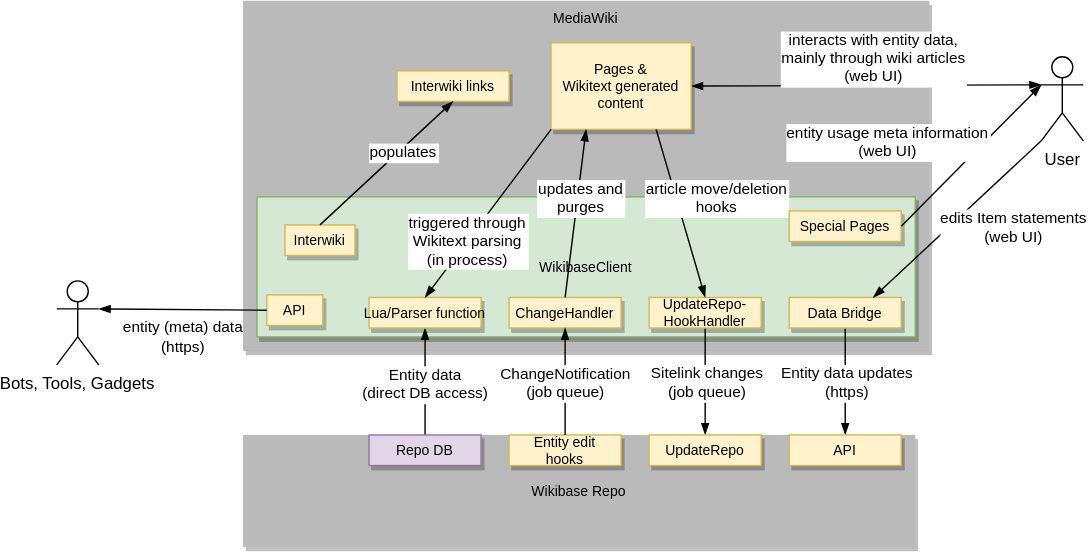
Earlier version of the draw.io export systems/WikibaseClient/diagrams/03-technical-context.drawio.svg (wmde/wikidata-wikibase-architecture). Source tidied: cells renumbered, new cells last; positions are measured from the earlier drawing's top-left corner, leaving out a move shared by most shapes.
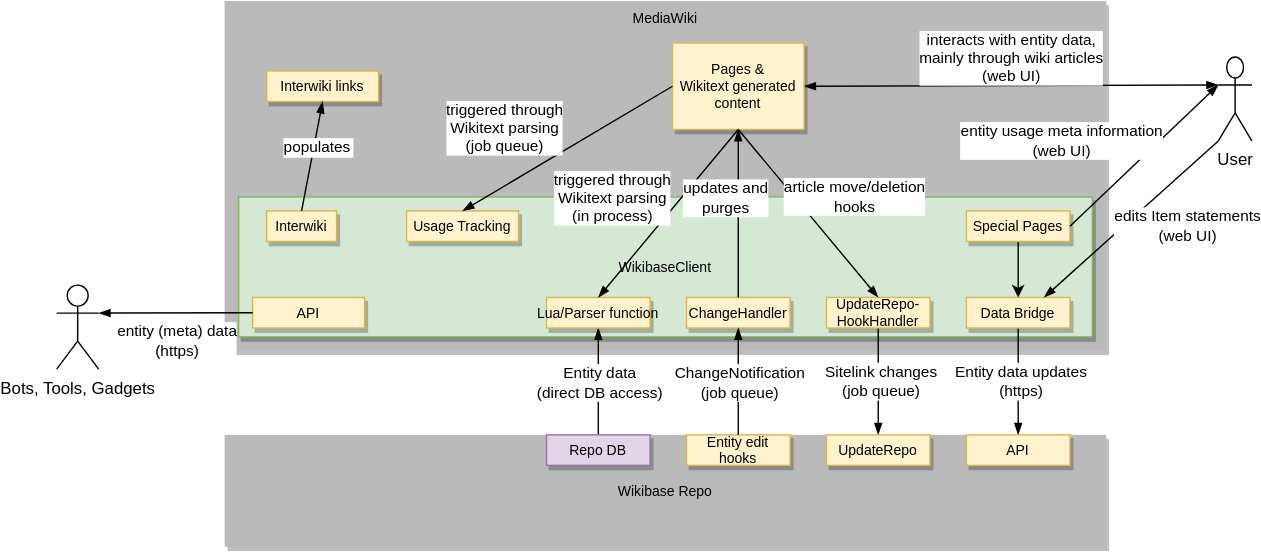
Later version of the same file.

Commit message:
Turn Usage Tracking into a top level building block

Change to the diagram source:
```diff
@@ -3,34 +3,34 @@
     <mxCell id="0" />
     <mxCell id="1" parent="0" />
     <mxCell id="2" value="MediaWiki" style="rounded=0;shadow=1;fontSize=10;fontColor=#000000;strokeColor=none;direction=west;fillColor=#BABABA;verticalAlign=top;" parent="1" vertex="1">
-      <mxGeometry x="133" width="490" height="250" as="geometry" />
+      <mxGeometry x="-7" width="630" height="250" as="geometry" />
     </mxCell>
     <mxCell id="3" value="Wikibase Repo" style="rounded=0;shadow=1;fontSize=10;fontColor=#000000;strokeColor=none;direction=west;fillColor=#BABABA;" parent="1" vertex="1">
-      <mxGeometry x="133" y="310" width="480" height="80" as="geometry" />
+      <mxGeometry x="-7" y="310" width="630" height="80" as="geometry" />
     </mxCell>
     <mxCell id="4" style="endArrow=blockThin;strokeColor=#000000;fontSize=10;fontColor=#000000;strokeWidth=1;endFill=1;entryX=0;entryY=0.5;entryDx=0;entryDy=0;exitX=0;exitY=0.3333333333333333;exitDx=0;exitDy=0;exitPerimeter=0;startArrow=blockThin;startFill=1;" parent="1" edge="1" source="30" target="23">
       <mxGeometry relative="1" as="geometry" />
     </mxCell>
-    <mxCell id="5" value="interacts with entity data,&#10;mainly through wiki articles&#10;(web UI)" style="edgeLabel;align=center;verticalAlign=middle;" parent="4" vertex="1">
+    <mxCell id="5" value="interacts with&amp;nbsp;entity data,&lt;br&gt;mainly through wiki articles&lt;br&gt;(web UI)" style="edgeLabel;html=1;align=center;verticalAlign=middle;" parent="4" vertex="1">
       <mxGeometry x="0.24" y="-1" relative="1" as="geometry">
         <mxPoint x="35" y="-19.6" as="offset" />
       </mxGeometry>
     </mxCell>
     <mxCell id="6" value="WikibaseClient" style="rounded=0;shadow=1;fontSize=10;strokeColor=#82b366;direction=west;fillColor=#d5e8d4;" parent="1" vertex="1">
-      <mxGeometry x="143" y="140" width="470" height="100" as="geometry" />
+      <mxGeometry x="3" y="140" width="610" height="100" as="geometry" />
     </mxCell>
-    <mxCell id="7" style="rounded=0;jettySize=auto;endArrow=blockThin;endFill=1;exitX=0.5;exitY=0;exitDx=0;exitDy=0;" parent="1" edge="1" source="17" target="18">
+    <mxCell id="7" style="rounded=0;jettySize=auto;html=1;endArrow=blockThin;endFill=1;exitX=0.5;exitY=0;exitDx=0;exitDy=0;" parent="1" edge="1" source="17" target="18">
       <mxGeometry relative="1" as="geometry" />
     </mxCell>
-    <mxCell id="8" value="Sitelink changes&#10;(job queue)" style="edgeLabel;align=center;verticalAlign=middle;" parent="7" vertex="1">
+    <mxCell id="8" value="Sitelink changes&lt;br&gt;(job queue)" style="edgeLabel;html=1;align=center;verticalAlign=middle;" parent="7" vertex="1">
       <mxGeometry x="0.2" relative="1" as="geometry">
         <mxPoint x="1.2" y="-8" as="offset" />
       </mxGeometry>
     </mxCell>
-    <mxCell id="9" style="rounded=0;jettySize=auto;entryX=0.5;entryY=0.542;entryDx=0;entryDy=0;endArrow=none;endFill=0;startArrow=blockThin;startFill=1;strokeWidth=1;entryPerimeter=0;exitX=0.5;exitY=0;exitDx=0;exitDy=0;" parent="1" edge="1" source="15" target="16">
+    <mxCell id="9" style="rounded=0;jettySize=auto;html=1;entryX=0.5;entryY=0.542;entryDx=0;entryDy=0;endArrow=none;endFill=0;startArrow=blockThin;startFill=1;strokeWidth=1;entryPerimeter=0;exitX=0.5;exitY=0;exitDx=0;exitDy=0;" parent="1" edge="1" source="15" target="16">
       <mxGeometry relative="1" as="geometry" />
     </mxCell>
-    <mxCell id="10" value="Entity data&#10;(direct DB access)" style="edgeLabel;align=center;verticalAlign=middle;" parent="9" vertex="1">
+    <mxCell id="10" value="Entity data&lt;br&gt;(direct DB access)" style="edgeLabel;html=1;align=center;verticalAlign=middle;" parent="9" vertex="1">
       <mxGeometry x="0.14" y="-1" relative="1" as="geometry">
         <mxPoint x="1" y="-9.8" as="offset" />
       </mxGeometry>
@@ -38,97 +38,100 @@
     <mxCell id="11" style="rounded=0;jettySize=auto;html=1;endArrow=blockThin;endFill=1;entryX=0.5;entryY=1;entryDx=0;entryDy=0;exitX=0.5;exitY=0;exitDx=0;exitDy=0;" parent="1" edge="1" source="13" target="14">
       <mxGeometry relative="1" as="geometry" />
     </mxCell>
-    <mxCell id="12" value="Entity data updates&#10;(https)" style="edgeLabel;align=center;verticalAlign=middle;" parent="11" vertex="1">
+    <mxCell id="12" value="Entity data updates&lt;br&gt;(https)" style="edgeLabel;html=1;align=center;verticalAlign=middle;" parent="11" vertex="1">
       <mxGeometry x="0.2" relative="1" as="geometry">
         <mxPoint x="1.2" y="-8" as="offset" />
       </mxGeometry>
     </mxCell>
     <mxCell id="13" value="Data Bridge" style="rounded=0;shadow=1;fontSize=10;strokeColor=#d6b656;direction=west;fillColor=#fff2cc;" parent="1" vertex="1">
-      <mxGeometry x="523" y="211.8" width="80" height="21.8" as="geometry" />
+      <mxGeometry x="523" y="211.8" width="74" height="21.8" as="geometry" />
     </mxCell>
     <mxCell id="14" value="API" style="rounded=0;shadow=1;fontSize=10;strokeColor=#d6b656;direction=west;fillColor=#fff2cc;" parent="1" vertex="1">
-      <mxGeometry x="523" y="310" width="80" height="21.8" as="geometry" />
+      <mxGeometry x="523" y="310" width="74" height="21.8" as="geometry" />
     </mxCell>
     <mxCell id="15" value="Lua/Parser function" style="rounded=0;shadow=1;fontSize=10;strokeColor=#d6b656;direction=west;fillColor=#fff2cc;" parent="1" vertex="1">
-      <mxGeometry x="223" y="211.8" width="80" height="21.8" as="geometry" />
+      <mxGeometry x="223" y="211.8" width="74" height="21.8" as="geometry" />
     </mxCell>
     <mxCell id="16" value="Repo DB" style="rounded=0;shadow=1;fontSize=10;strokeColor=#9673a6;direction=west;fillColor=#e1d5e7;" parent="1" vertex="1">
-      <mxGeometry x="223" y="310" width="80" height="21.8" as="geometry" />
+      <mxGeometry x="223" y="310" width="74" height="21.8" as="geometry" />
     </mxCell>
     <mxCell id="17" value="UpdateRepo-&#10;HookHandler" style="rounded=0;shadow=1;fontSize=10;strokeColor=#d6b656;direction=west;fillColor=#fff2cc;" parent="1" vertex="1">
-      <mxGeometry x="423" y="211.8" width="80" height="21.8" as="geometry" />
+      <mxGeometry x="423" y="211.8" width="74" height="21.8" as="geometry" />
     </mxCell>
     <mxCell id="18" value="UpdateRepo" style="rounded=0;shadow=1;fontSize=10;strokeColor=#d6b656;direction=west;fillColor=#fff2cc;" parent="1" vertex="1">
-      <mxGeometry x="423" y="310" width="80" height="21.8" as="geometry" />
+      <mxGeometry x="423" y="310" width="74" height="21.8" as="geometry" />
     </mxCell>
     <mxCell id="19" value="ChangeHandler" style="rounded=0;shadow=1;fontSize=10;strokeColor=#d6b656;direction=west;fillColor=#fff2cc;" parent="1" vertex="1">
-      <mxGeometry x="323" y="211.8" width="80" height="21.8" as="geometry" />
+      <mxGeometry x="323" y="211.8" width="74" height="21.8" as="geometry" />
     </mxCell>
     <mxCell id="20" value="Entity edit&#10;hooks" style="rounded=0;shadow=1;fontSize=10;strokeColor=#d6b656;direction=west;fillColor=#fff2cc;" parent="1" vertex="1">
-      <mxGeometry x="323" y="310" width="80" height="21.8" as="geometry" />
+      <mxGeometry x="323" y="310" width="74" height="21.8" as="geometry" />
     </mxCell>
-    <mxCell id="21" style="rounded=0;jettySize=auto;endArrow=blockThin;endFill=1;entryX=0.5;entryY=0;entryDx=0;entryDy=0;exitX=0.5;exitY=1;exitDx=0;exitDy=0;" parent="1" edge="1" source="20" target="19">
+    <mxCell id="21" style="rounded=0;jettySize=auto;html=1;endArrow=blockThin;endFill=1;entryX=0.5;entryY=0;entryDx=0;entryDy=0;exitX=0.5;exitY=1;exitDx=0;exitDy=0;" parent="1" edge="1" source="20" target="19">
       <mxGeometry relative="1" as="geometry" />
     </mxCell>
-    <mxCell id="22" value="ChangeNotification&#10;(job queue)" style="edgeLabel;align=center;verticalAlign=middle;" parent="21" vertex="1">
+    <mxCell id="22" value="ChangeNotification&lt;br&gt;(job queue)" style="edgeLabel;html=1;align=center;verticalAlign=middle;" parent="21" vertex="1">
       <mxGeometry x="0.2" relative="1" as="geometry">
         <mxPoint x="0.1" y="8" as="offset" />
       </mxGeometry>
     </mxCell>
     <mxCell id="23" value="Pages &amp; &#10;Wikitext generated&#10;content" style="rounded=0;shadow=1;fontSize=10;strokeColor=#d6b656;direction=west;fillColor=#fff2cc;" parent="1" vertex="1">
-      <mxGeometry x="353" y="30" width="100" height="61.8" as="geometry" />
+      <mxGeometry x="313" y="30" width="94" height="61.8" as="geometry" />
     </mxCell>
-    <mxCell id="24" style="rounded=0;jettySize=auto;html=1;endArrow=blockThin;endFill=1;exitX=1;exitY=0;exitDx=0;exitDy=0;entryX=0.5;entryY=1;entryDx=0;entryDy=0;" parent="1" edge="1" source="23" target="15">
+    <mxCell id="24" style="rounded=0;jettySize=auto;html=1;endArrow=blockThin;endFill=1;exitX=0.5;exitY=0;exitDx=0;exitDy=0;entryX=0.5;entryY=1;entryDx=0;entryDy=0;" parent="1" edge="1" source="23" target="15">
       <mxGeometry relative="1" as="geometry" />
     </mxCell>
-    <mxCell id="25" value="triggered through&#10;Wikitext parsing&#10;(in process)" style="edgeLabel;align=center;verticalAlign=middle;" parent="24" vertex="1">
+    <mxCell id="25" value="triggered through&lt;br&gt;Wikitext parsing&lt;br&gt;(in process)" style="edgeLabel;html=1;align=center;verticalAlign=middle;" parent="24" vertex="1">
       <mxGeometry x="0.2" relative="1" as="geometry">
-        <mxPoint x="-6" y="7.1" as="offset" />
+        <mxPoint x="-30" y="-23.8" as="offset" />
       </mxGeometry>
     </mxCell>
-    <mxCell id="26" style="rounded=0;jettySize=auto;html=1;endArrow=blockThin;endFill=1;entryX=0.75;entryY=0;entryDx=0;entryDy=0;exitX=0.5;exitY=1;exitDx=0;exitDy=0;" parent="1" edge="1" source="19" target="23">
+    <mxCell id="26" style="rounded=0;jettySize=auto;html=1;endArrow=blockThin;endFill=1;entryX=0.5;entryY=0;entryDx=0;entryDy=0;exitX=0.5;exitY=1;exitDx=0;exitDy=0;" parent="1" edge="1" source="19" target="23">
       <mxGeometry relative="1" as="geometry" />
     </mxCell>
-    <mxCell id="27" value="updates and&#10;purges" style="edgeLabel;align=center;verticalAlign=middle;" parent="26" vertex="1">
+    <mxCell id="27" value="updates and&lt;br&gt;purges" style="edgeLabel;html=1;align=center;verticalAlign=middle;" parent="26" vertex="1">
       <mxGeometry x="0.2" relative="1" as="geometry">
-        <mxPoint x="1.9" y="0.4" as="offset" />
+        <mxPoint x="-10" y="0.2" as="offset" />
       </mxGeometry>
     </mxCell>
-    <mxCell id="28" style="rounded=0;jettySize=auto;html=1;endArrow=blockThin;endFill=1;exitX=0.25;exitY=0;exitDx=0;exitDy=0;entryX=0.5;entryY=1;entryDx=0;entryDy=0;" parent="1" edge="1" source="23" target="17">
+    <mxCell id="28" style="rounded=0;jettySize=auto;html=1;endArrow=blockThin;endFill=1;exitX=0.5;exitY=0;exitDx=0;exitDy=0;entryX=0.5;entryY=1;entryDx=0;entryDy=0;" parent="1" edge="1" source="23" target="17">
       <mxGeometry relative="1" as="geometry" />
     </mxCell>
-    <mxCell id="29" value="article move/deletion&#10;hooks" style="edgeLabel;align=center;verticalAlign=middle;" parent="28" vertex="1">
+    <mxCell id="29" value="article move/deletion&lt;br&gt;hooks" style="edgeLabel;html=1;align=center;verticalAlign=middle;" parent="28" vertex="1">
       <mxGeometry x="0.2" relative="1" as="geometry">
         <mxPoint x="21.9" y="-24.1" as="offset" />
       </mxGeometry>
     </mxCell>
     <mxCell id="30" value="User" style="shape=umlActor;verticalLabelPosition=bottom;verticalAlign=top;html=1;outlineConnect=0;" parent="1" vertex="1">
-      <mxGeometry x="703" y="40" width="30" height="60" as="geometry" />
+      <mxGeometry x="703" y="40" width="24" height="60" as="geometry" />
     </mxCell>
     <mxCell id="31" style="endArrow=blockThin;strokeColor=#000000;fontSize=10;fontColor=#000000;strokeWidth=1;endFill=1;entryX=0.25;entryY=1;entryDx=0;entryDy=0;exitX=0;exitY=1;exitDx=0;exitDy=0;exitPerimeter=0;" parent="1" edge="1" source="30" target="13">
       <mxGeometry relative="1" as="geometry" />
     </mxCell>
-    <mxCell id="32" value="edits Item statements&#10;(web UI)" style="edgeLabel;align=center;verticalAlign=middle;" parent="31" vertex="1">
+    <mxCell id="32" value="edits Item statements&lt;br&gt;(web UI)" style="edgeLabel;html=1;align=center;verticalAlign=middle;" parent="31" vertex="1">
       <mxGeometry x="0.24" y="-1" relative="1" as="geometry">
         <mxPoint x="55.3" y="-7.9" as="offset" />
       </mxGeometry>
     </mxCell>
+    <mxCell id="40" style="edgeStyle=orthogonalEdgeStyle;rounded=0;jettySize=auto;html=1;" parent="1" edge="1" source="33" target="13">
+      <mxGeometry relative="1" as="geometry" />
+    </mxCell>
     <mxCell id="33" value="Special Pages" style="rounded=0;shadow=1;fontSize=10;strokeColor=#d6b656;direction=west;fillColor=#fff2cc;" parent="1" vertex="1">
-      <mxGeometry x="523" y="150" width="80" height="21.8" as="geometry" />
+      <mxGeometry x="523" y="150" width="74" height="21.8" as="geometry" />
     </mxCell>
     <mxCell id="34" style="endArrow=blockThin;strokeColor=#000000;fontSize=10;fontColor=#000000;strokeWidth=1;endFill=1;entryX=0;entryY=0.3333333333333333;entryDx=0;entryDy=0;exitX=0;exitY=0.5;exitDx=0;exitDy=0;entryPerimeter=0;" parent="1" edge="1" source="33" target="30">
       <mxGeometry relative="1" as="geometry" />
     </mxCell>
-    <mxCell id="35" value="entity usage meta information&#10;(web UI)" style="edgeLabel;align=center;verticalAlign=middle;" parent="34" vertex="1">
+    <mxCell id="35" value="entity usage meta information&lt;br&gt;(web UI)" style="edgeLabel;html=1;align=center;verticalAlign=middle;" parent="34" vertex="1">
       <mxGeometry x="0.24" y="-1" relative="1" as="geometry">
         <mxPoint x="-72.6" y="0.9" as="offset" />
       </mxGeometry>
     </mxCell>
     <mxCell id="36" value="API" style="rounded=0;shadow=1;fontSize=10;strokeColor=#d6b656;direction=west;fillColor=#fff2cc;" parent="1" vertex="1">
-      <mxGeometry x="150" y="210" width="40" height="21.8" as="geometry" />
+      <mxGeometry x="13" y="211.8" width="80" height="21.8" as="geometry" />
     </mxCell>
-    <mxCell id="37" value="Bots, Tools, Gadgets" style="shape=umlActor;verticalLabelPosition=bottom;verticalAlign=top;outlineConnect=0;" parent="1" vertex="1">
-      <mxGeometry y="200" width="30" height="60" as="geometry" />
+    <mxCell id="37" value="Bots, Tools, Gadgets" style="shape=umlActor;verticalLabelPosition=bottom;verticalAlign=top;html=1;outlineConnect=0;" parent="1" vertex="1">
+      <mxGeometry x="-127" y="203" width="30" height="60" as="geometry" />
     </mxCell>
     <mxCell id="38" style="endArrow=blockThin;strokeColor=#000000;fontSize=10;fontColor=#000000;strokeWidth=1;endFill=1;entryX=1;entryY=0.3333333333333333;entryDx=0;entryDy=0;exitX=1;exitY=0.5;exitDx=0;exitDy=0;entryPerimeter=0;" parent="1" edge="1" source="36" target="37">
       <mxGeometry relative="1" as="geometry" />
@@ -138,19 +141,30 @@
         <mxPoint x="14" y="20.6" as="offset" />
       </mxGeometry>
     </mxCell>
-    <mxCell id="40" value="Interwiki" style="rounded=0;shadow=1;fontSize=10;strokeColor=#d6b656;direction=west;fillColor=#fff2cc;" parent="1" vertex="1">
-      <mxGeometry x="163" y="160" width="50" height="21.8" as="geometry" />
-    </mxCell>
-    <mxCell id="41" value="Interwiki links" style="rounded=0;shadow=1;fontSize=10;strokeColor=#d6b656;direction=west;fillColor=#fff2cc;" parent="1" vertex="1">
-      <mxGeometry x="243" y="50" width="80" height="21.8" as="geometry" />
-    </mxCell>
-    <mxCell id="42" style="rounded=0;jettySize=auto;endArrow=blockThin;endFill=1;entryX=0.5;entryY=0;entryDx=0;entryDy=0;exitX=0.5;exitY=1;exitDx=0;exitDy=0;" parent="1" edge="1" source="40" target="41">
-      <mxGeometry relative="1" as="geometry" />
+    <mxCell id="42" value="Usage Tracking" style="rounded=0;shadow=1;fontSize=10;strokeColor=#d6b656;direction=west;fillColor=#fff2cc;" parent="1" vertex="1">
+      <mxGeometry x="123" y="150" width="80" height="21.8" as="geometry" />
     </mxCell>
-    <mxCell id="43" value="populates" style="edgeLabel;align=center;verticalAlign=middle;" parent="42" vertex="1">
-      <mxGeometry x="0.2" relative="1" as="geometry">
-        <mxPoint x="1.9" y="0.4" as="offset" />
-      </mxGeometry>
+    <mxCell id="43" style="rounded=0;jettySize=auto;html=1;endArrow=blockThin;endFill=1;exitX=1;exitY=0.5;exitDx=0;exitDy=0;entryX=0.5;entryY=1;entryDx=0;entryDy=0;" parent="1" edge="1" source="23" target="42">
+      <mxGeometry relative="1" as="geometry" />
     </mxCell>
+    <mxCell id="44" value="triggered through&lt;br&gt;Wikitext parsing&lt;br&gt;(job queue)" style="edgeLabel;html=1;align=center;verticalAlign=middle;" parent="43" vertex="1">
+      <mxGeometry x="0.2" relative="1" as="geometry">
+        <mxPoint x="-30" y="-23.8" as="offset" />
+      </mxGeometry>
+    </mxCell>
+    <mxCell id="45" value="Interwiki" style="rounded=0;shadow=1;fontSize=10;strokeColor=#d6b656;direction=west;fillColor=#fff2cc;" parent="1" vertex="1">
+      <mxGeometry x="23" y="150" width="50" height="21.8" as="geometry" />
+    </mxCell>
+    <mxCell id="41" value="Interwiki links" style="rounded=0;shadow=1;fontSize=10;strokeColor=#d6b656;direction=west;fillColor=#fff2cc;" parent="1" vertex="1">
+      <mxGeometry x="23" y="50" width="80" height="21.8" as="geometry" />
+    </mxCell>
+    <mxCell id="46" style="rounded=0;jettySize=auto;endArrow=blockThin;endFill=1;entryX=0.5;entryY=0;entryDx=0;entryDy=0;exitX=0.5;exitY=1;exitDx=0;exitDy=0;" parent="1" edge="1" source="45" target="41">
+      <mxGeometry relative="1" as="geometry" />
+    </mxCell>
+    <mxCell id="47" value="populates" style="edgeLabel;align=center;verticalAlign=middle;" parent="46" vertex="1">
+      <mxGeometry x="0.2" relative="1" as="geometry">
+        <mxPoint x="1.9" y="0.4" as="offset" />
+      </mxGeometry>
+    </mxCell>
   </root>
 </mxGraphModel>
```
